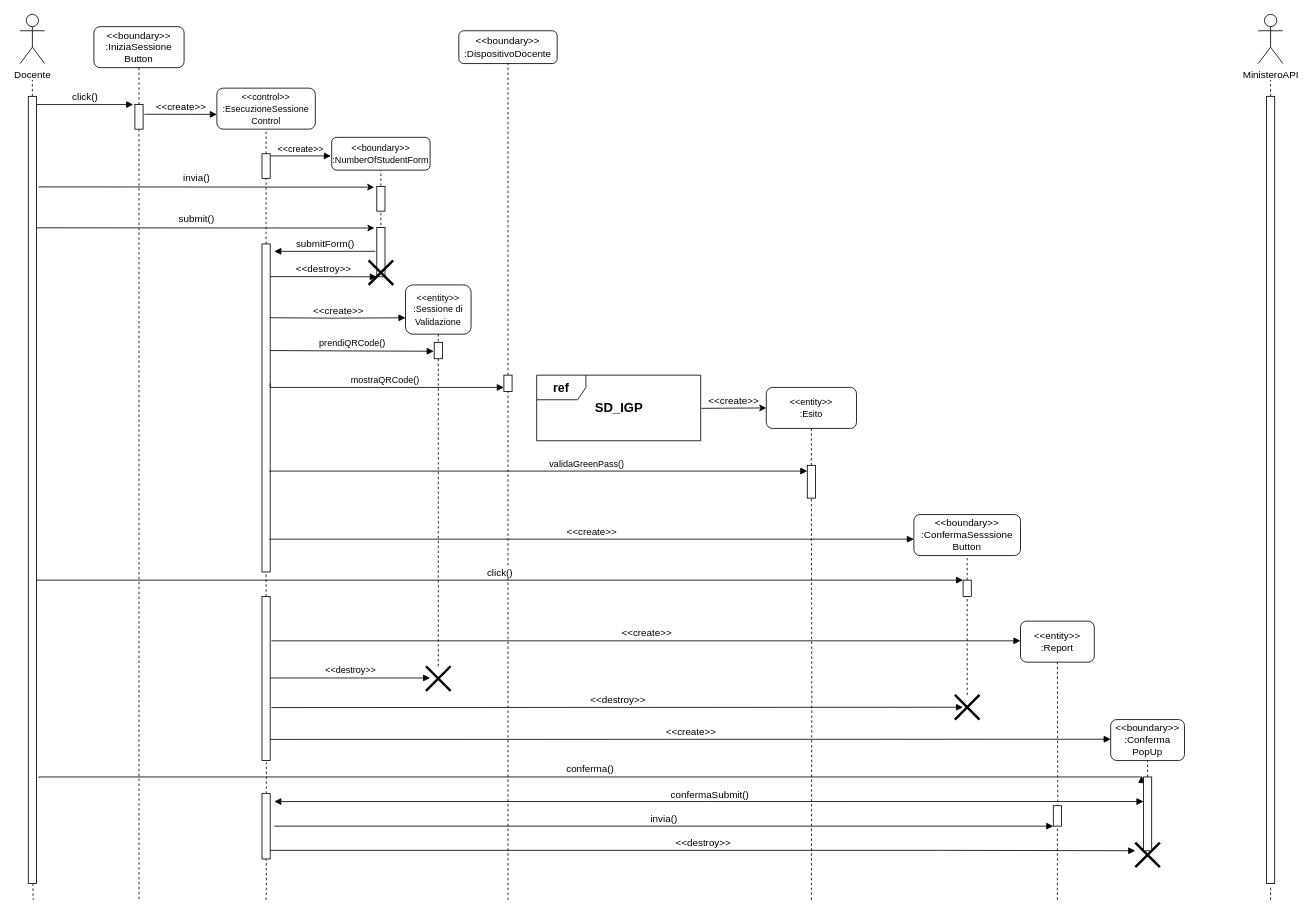
Before: Documentazione/Resources/Sequence Diagram ExecuteSession.drawio in Alberto-00/EasyPass, a draw.io diagram. Source tidied: cells renumbered, new cells numbered last; positions are measured from the earlier drawing's top-left corner, leaving out a move shared by most shapes. Both pictures are drawn from the tidied source at 82%, with x=0, y=0 at pixel (20, 14).
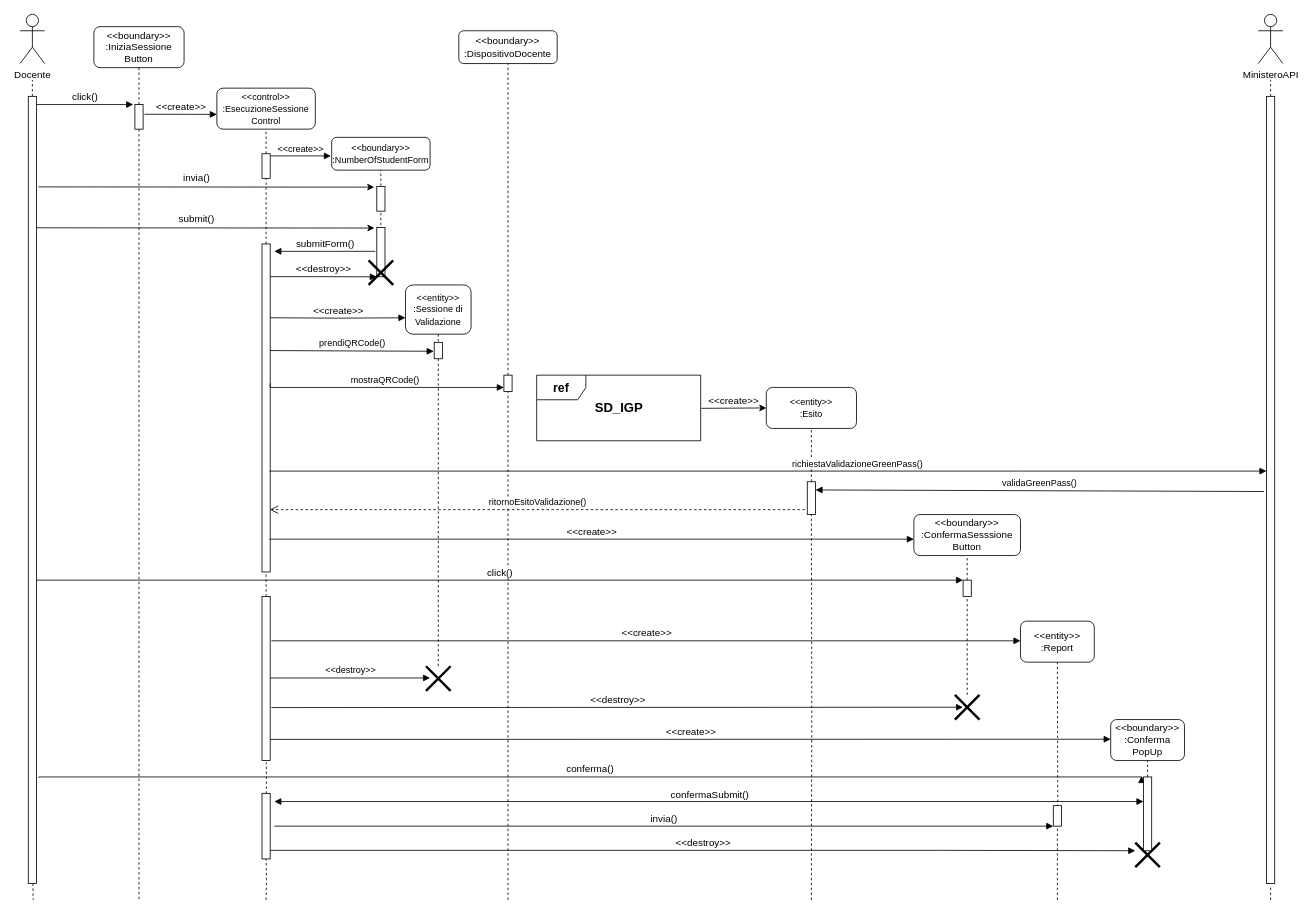
The same diagram, later.

Commit message (it also covers changes not shown here):
Aggiunto attore esterno a sequence diagram

The change refers to these unchanged cells:
```xml
<mxCell id="20" style="html=1;points=[];perimeter=orthogonalPerimeter;" parent="1" vertex="1">
  <mxGeometry x="295" y="280" width="10" height="400" as="geometry" />
</mxCell>
<mxCell id="79" style="html=1;points=[];perimeter=orthogonalPerimeter;" parent="1" vertex="1">
  <mxGeometry x="1520" y="100" width="10" height="960" as="geometry" />
</mxCell>
```

Diff of the diagram source:
```diff
@@
     <mxCell id="39" style="html=1;points=[];perimeter=orthogonalPerimeter;" parent="1" vertex="1">
-      <mxGeometry x="960" y="550" width="10" height="40" as="geometry" />
+      <mxGeometry x="960" y="570" width="10" height="40" as="geometry" />
     </mxCell>
@@
-    <mxCell id="41" value="validaGreenPass()" style="html=1;verticalAlign=bottom;endArrow=block;rounded=0;edgeStyle=orthogonalEdgeStyle;" parent="1" edge="1">
+    <mxCell id="41" value="richiestaValidazioneGreenPass()" style="html=1;verticalAlign=bottom;endArrow=block;rounded=0;edgeStyle=orthogonalEdgeStyle;" parent="1" edge="1" target="79">
       <mxGeometry x="0.18" relative="1" as="geometry">
         <mxPoint x="304" y="557" as="sourcePoint" />
-        <mxPoint x="960" y="557" as="targetPoint" />
         <Array as="points">
-          <mxPoint x="670" y="557" />
-          <mxPoint x="670" y="557" />
+          <mxPoint x="1220" y="557" />
+          <mxPoint x="1220" y="557" />
         </Array>
       </mxGeometry>
     </mxCell>
@@
+    <mxCell id="81" value="validaGreenPass()" style="html=1;verticalAlign=bottom;endArrow=block;rounded=0;exitX=-0.3;exitY=0.502;exitDx=0;exitDy=0;exitPerimeter=0;entryX=1;entryY=0.25;entryDx=0;entryDy=0;entryPerimeter=0;" parent="1" edge="1" source="79" target="39">
+      <mxGeometry relative="1" as="geometry" />
+    </mxCell>
+    <mxCell id="82" value="ritornoEsitoValidazione()" style="html=1;verticalAlign=bottom;endArrow=open;dashed=1;endSize=8;rounded=0;exitX=-0.3;exitY=0.85;exitDx=0;exitDy=0;exitPerimeter=0;entryX=0.962;entryY=0.81;entryDx=0;entryDy=0;entryPerimeter=0;" parent="1" edge="1" source="39" target="20">
+      <mxGeometry relative="1" as="geometry" />
+    </mxCell>
```
